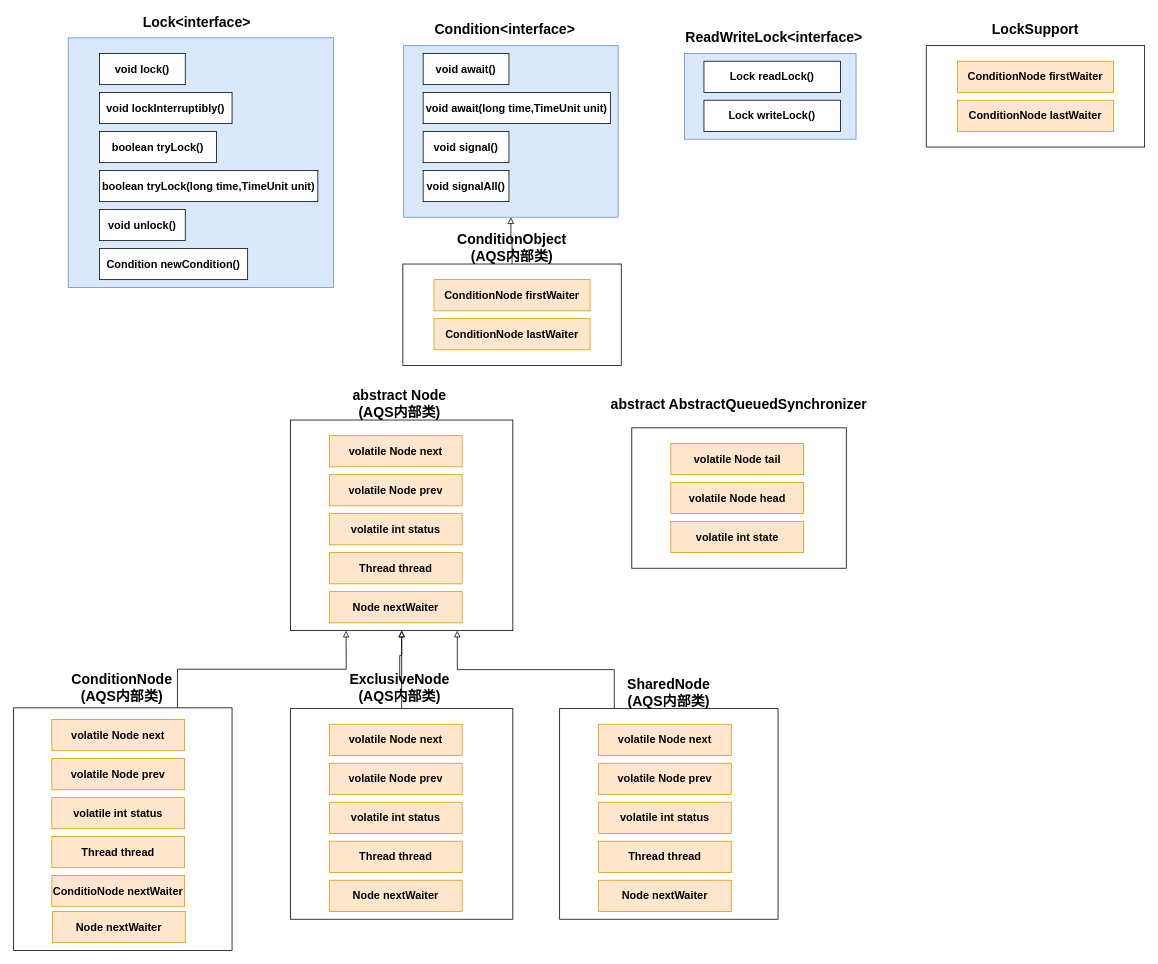
hxq191830060/Hxq-Note keeps this draw.io diagram as Notes/Java/Java并发编程/drawio/Lock与AQS类图.drawio. Above is the earlier version. Source tidied: cells renumbered, new cells numbered last; positions are measured from the earlier drawing's top-left corner, leaving out a move shared by most shapes. Both pictures are drawn from the tidied source at 78%, with x=0, y=0 at pixel (13, 14).
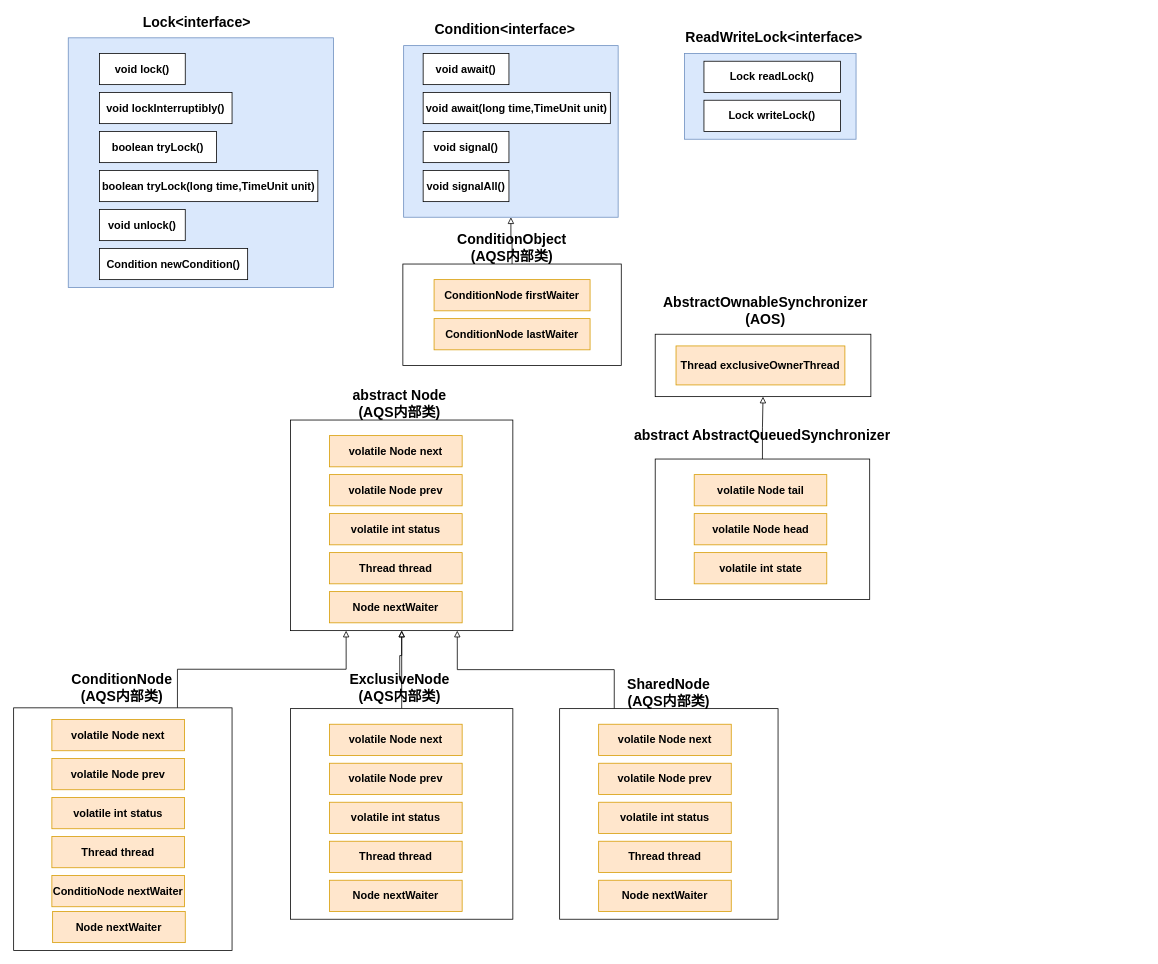
Above is the later version.

Change to the diagram source:
```diff
@@
+    <mxCell id="67" style="edgeStyle=orthogonalEdgeStyle;rounded=0;jettySize=auto;html=1;exitX=0.5;exitY=0;exitDx=0;exitDy=0;entryX=0.5;entryY=1;entryDx=0;entryDy=0;endArrow=block;endFill=0;" parent="1" edge="1" source="16" target="68">
+      <mxGeometry relative="1" as="geometry" />
+    </mxCell>
     <mxCell id="16" style="rounded=0;whiteSpace=wrap;html=1;" parent="1" vertex="1">
-      <mxGeometry x="792.5" y="530" width="275" height="180" as="geometry" />
+      <mxGeometry x="822.5" y="570" width="275" height="180" as="geometry" />
     </mxCell>
     <mxCell id="17" value="&lt;b&gt;&lt;font style=&quot;font-size: 18px&quot;&gt;abstract AbstractQueuedSynchronizer&lt;/font&gt;&lt;/b&gt;" style="text;html=1;strokeColor=none;fillColor=none;align=center;verticalAlign=middle;whiteSpace=wrap;rounded=0;" parent="1" vertex="1">
-      <mxGeometry x="730" y="490" width="400" height="20" as="geometry" />
+      <mxGeometry x="760" y="530" width="400" height="20" as="geometry" />
     </mxCell>
     <mxCell id="18" value="&lt;b&gt;&lt;font style=&quot;font-size: 14px&quot;&gt;volatile Node tail&lt;/font&gt;&lt;/b&gt;" style="rounded=0;whiteSpace=wrap;html=1;fillColor=#ffe6cc;strokeColor=#d79b00;" parent="1" vertex="1">
-      <mxGeometry x="842.5" y="550" width="170" height="40" as="geometry" />
+      <mxGeometry x="872.5" y="590" width="170" height="40" as="geometry" />
     </mxCell>
     <mxCell id="19" value="&lt;b&gt;&lt;font style=&quot;font-size: 14px&quot;&gt;volatile int state&lt;/font&gt;&lt;/b&gt;" style="rounded=0;whiteSpace=wrap;html=1;fillColor=#ffe6cc;strokeColor=#d79b00;" parent="1" vertex="1">
-      <mxGeometry x="842.5" y="650" width="170" height="40" as="geometry" />
+      <mxGeometry x="872.5" y="690" width="170" height="40" as="geometry" />
     </mxCell>
     <mxCell id="20" value="&lt;b&gt;&lt;font style=&quot;font-size: 14px&quot;&gt;volatile Node head&lt;/font&gt;&lt;/b&gt;" style="rounded=0;whiteSpace=wrap;html=1;fillColor=#ffe6cc;strokeColor=#d79b00;" parent="1" vertex="1">
-      <mxGeometry x="842.5" y="600" width="170" height="40" as="geometry" />
+      <mxGeometry x="872.5" y="640" width="170" height="40" as="geometry" />
     </mxCell>
@@
-    <mxCell id="59" style="rounded=0;whiteSpace=wrap;html=1;" parent="1" vertex="1">
-      <mxGeometry x="1170" y="40" width="280" height="130" as="geometry" />
-    </mxCell>
-    <mxCell id="60" value="&lt;b&gt;&lt;font style=&quot;font-size: 18px&quot;&gt;LockSupport&lt;br&gt;&lt;/font&gt;&lt;/b&gt;" style="text;html=1;strokeColor=none;fillColor=none;align=center;verticalAlign=middle;whiteSpace=wrap;rounded=0;" parent="1" vertex="1">
-      <mxGeometry x="1230" y="10" width="160" height="20" as="geometry" />
-    </mxCell>
-    <mxCell id="61" value="&lt;b&gt;&lt;font style=&quot;font-size: 14px&quot;&gt;ConditionNode firstWaiter&lt;/font&gt;&lt;/b&gt;" style="rounded=0;whiteSpace=wrap;html=1;fillColor=#ffe6cc;strokeColor=#d79b00;" parent="1" vertex="1">
-      <mxGeometry x="1210" y="60" width="200" height="40" as="geometry" />
-    </mxCell>
-    <mxCell id="62" value="&lt;b&gt;&lt;font style=&quot;font-size: 14px&quot;&gt;ConditionNode lastWaiter&lt;/font&gt;&lt;/b&gt;" style="rounded=0;whiteSpace=wrap;html=1;fillColor=#ffe6cc;strokeColor=#d79b00;" parent="1" vertex="1">
-      <mxGeometry x="1210" y="110" width="200" height="40" as="geometry" />
-    </mxCell>
@@
+    <mxCell id="68" style="rounded=0;whiteSpace=wrap;html=1;" parent="1" vertex="1">
+      <mxGeometry x="822.5" y="410" width="276.5" height="80" as="geometry" />
+    </mxCell>
+    <mxCell id="69" value="&lt;b&gt;&lt;font style=&quot;font-size: 18px&quot;&gt;AbstractOwnableSynchronizer&lt;br&gt;(AOS)&lt;br&gt;&lt;/font&gt;&lt;/b&gt;" style="text;html=1;strokeColor=none;fillColor=none;align=center;verticalAlign=middle;whiteSpace=wrap;rounded=0;" parent="1" vertex="1">
+      <mxGeometry x="764" y="370" width="400" height="20" as="geometry" />
+    </mxCell>
+    <mxCell id="70" value="&lt;b&gt;&lt;font style=&quot;font-size: 14px&quot;&gt;Thread exclusiveOwnerThread&lt;/font&gt;&lt;/b&gt;" style="rounded=0;whiteSpace=wrap;html=1;fillColor=#ffe6cc;strokeColor=#d79b00;" parent="1" vertex="1">
+      <mxGeometry x="849.2" y="425" width="216.5" height="50" as="geometry" />
+    </mxCell>
```
